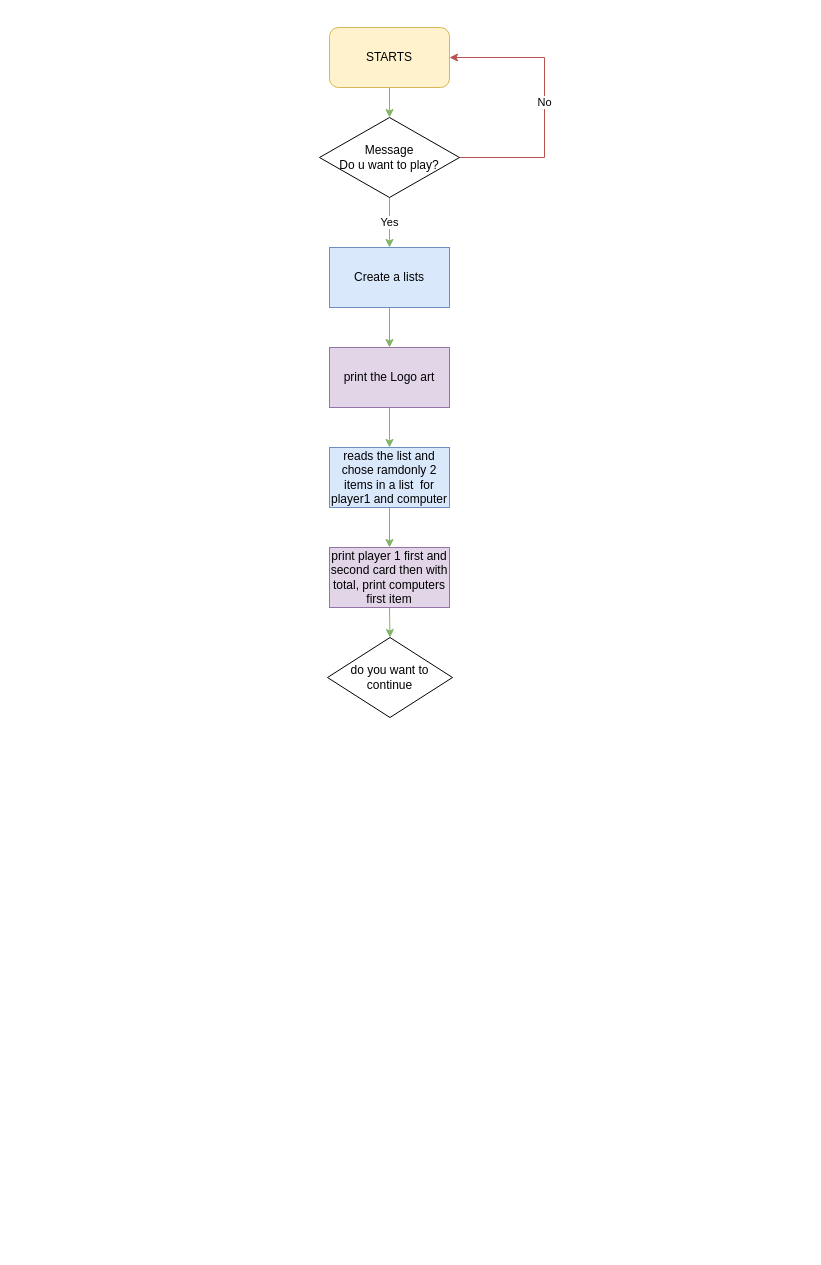
Heitor-Saqueto/BlackJack keeps this draw.io diagram as Untitled Diagram.drawio. Above is the earlier version. Source tidied: cells renumbered, new cells numbered last; positions are measured from the earlier drawing's top-left corner, leaving out a move shared by most shapes. Both pictures are drawn from the tidied source at 100%, with x=0, y=0 at pixel (319, 27).
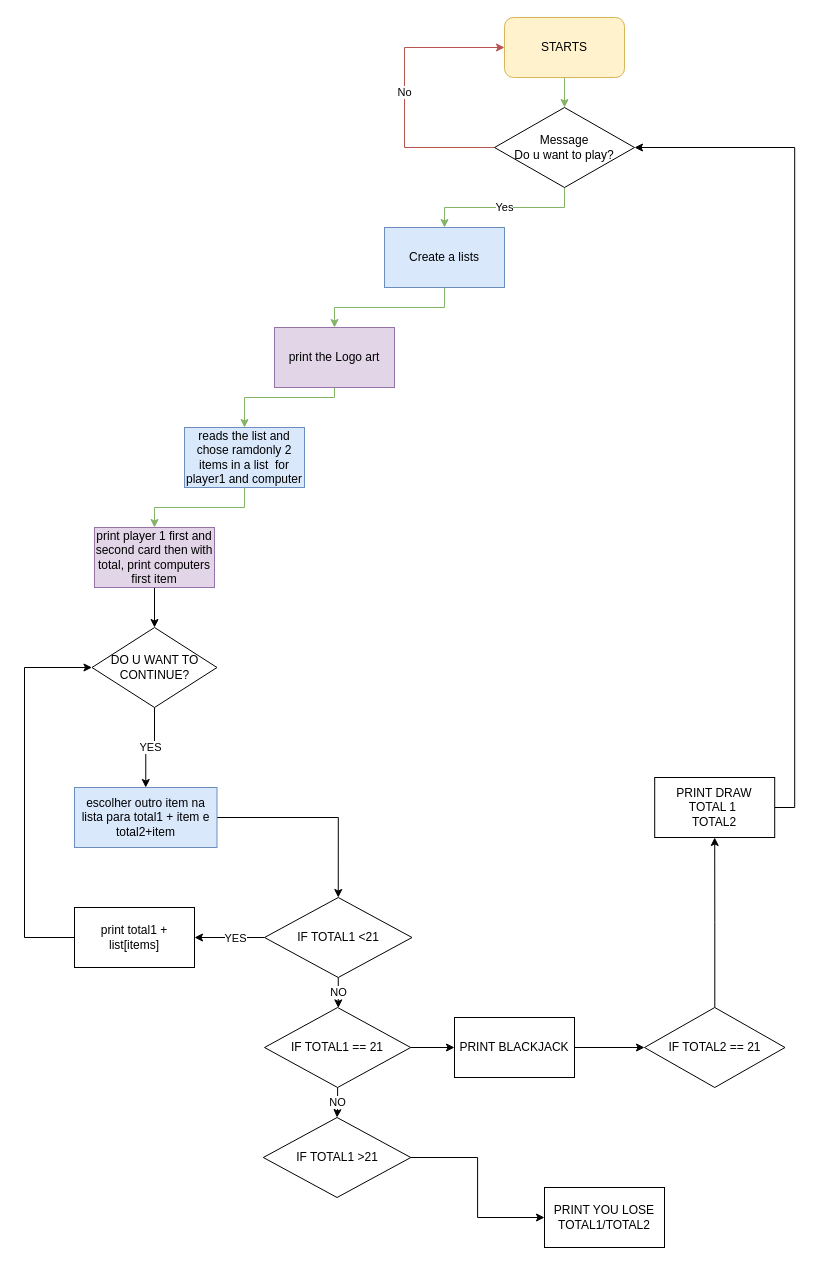
The same page after the edit.

The edit, as a diff of the source:
```diff
@@
     <mxCell id="3" value="STARTS" style="rounded=1;whiteSpace=wrap;html=1;fillColor=#fff2cc;strokeColor=#d6b656;" parent="1" vertex="1">
-      <mxGeometry x="10" width="120" height="60" as="geometry" />
+      <mxGeometry x="185" y="-10" width="120" height="60" as="geometry" />
     </mxCell>
@@
-    <mxCell id="5" value="No" style="edgeStyle=orthogonalEdgeStyle;rounded=0;jettySize=auto;html=1;entryX=1;entryY=0.5;entryDx=0;entryDy=0;fillColor=#f8cecc;strokeColor=#b85450;" parent="1" edge="1" source="6" target="3">
+    <mxCell id="5" value="No" style="edgeStyle=orthogonalEdgeStyle;rounded=0;jettySize=auto;html=1;entryX=0;entryY=0.5;entryDx=0;entryDy=0;fillColor=#f8cecc;strokeColor=#b85450;" parent="1" edge="1" source="6" target="3">
       <mxGeometry relative="1" as="geometry">
         <Array as="points">
-          <mxPoint x="225" y="130" />
-          <mxPoint x="225" y="30" />
+          <mxPoint x="85" y="120" />
+          <mxPoint x="85" y="20" />
         </Array>
       </mxGeometry>
     </mxCell>
     <mxCell id="6" value="Message&lt;br style=&quot;border-color: var(--border-color);&quot;&gt;Do u want to play?" style="rhombus;whiteSpace=wrap;html=1;" parent="1" vertex="1">
-      <mxGeometry y="90" width="140" height="80" as="geometry" />
+      <mxGeometry x="175" y="80" width="140" height="80" as="geometry" />
     </mxCell>
     <mxCell id="7" style="edgeStyle=orthogonalEdgeStyle;rounded=0;jettySize=auto;html=1;fillColor=#d5e8d4;strokeColor=#82b366;" parent="1" edge="1" source="8" target="10">
-      <mxGeometry relative="1" as="geometry" />
+      <mxGeometry relative="1" as="geometry">
+        <Array as="points">
+          <mxPoint x="15" y="370" />
+          <mxPoint x="-75" y="370" />
+        </Array>
+      </mxGeometry>
     </mxCell>
     <mxCell id="8" value="print the Logo art" style="whiteSpace=wrap;html=1;fillColor=#e1d5e7;strokeColor=#9673a6;" parent="1" vertex="1">
-      <mxGeometry x="10" y="320" width="120" height="60" as="geometry" />
+      <mxGeometry x="-45" y="300" width="120" height="60" as="geometry" />
     </mxCell>
@@
     <mxCell id="10" value="reads the list and chose ramdonly 2 items in a list&amp;nbsp; for player1 and computer" style="whiteSpace=wrap;html=1;fillColor=#dae8fc;strokeColor=#6c8ebf;" parent="1" vertex="1">
-      <mxGeometry x="10" y="420" width="120" height="60" as="geometry" />
+      <mxGeometry x="-135" y="400" width="120" height="60" as="geometry" />
     </mxCell>
-    <mxCell id="11" style="edgeStyle=orthogonalEdgeStyle;rounded=0;jettySize=auto;html=1;exitX=0.5;exitY=1;exitDx=0;exitDy=0;entryX=0.5;entryY=0;entryDx=0;entryDy=0;fillColor=#d5e8d4;strokeColor=#82b366;" parent="1" edge="1" source="12" target="15">
-      <mxGeometry relative="1" as="geometry" />
-    </mxCell>
+    <mxCell id="16" style="edgeStyle=orthogonalEdgeStyle;rounded=0;jettySize=auto;html=1;entryX=0.5;entryY=0;entryDx=0;entryDy=0;" parent="1" edge="1" source="12" target="26">
+      <mxGeometry x="-0.25" relative="1" as="geometry" />
+    </mxCell>
     <mxCell id="12" value="print player 1 first and second card then with total, print computers first item" style="whiteSpace=wrap;html=1;fillColor=#e1d5e7;strokeColor=#9673a6;" parent="1" vertex="1">
-      <mxGeometry x="10" y="520" width="120" height="60" as="geometry" />
+      <mxGeometry x="-225" y="500" width="120" height="60" as="geometry" />
     </mxCell>
     <mxCell id="13" style="edgeStyle=orthogonalEdgeStyle;rounded=0;jettySize=auto;html=1;exitX=0.5;exitY=1;exitDx=0;exitDy=0;entryX=0.5;entryY=0;entryDx=0;entryDy=0;fillColor=#d5e8d4;strokeColor=#82b366;" parent="1" edge="1" source="14" target="8">
-      <mxGeometry relative="1" as="geometry" />
+      <mxGeometry relative="1" as="geometry">
+        <Array as="points">
+          <mxPoint x="125" y="280" />
+          <mxPoint x="15" y="280" />
+        </Array>
+      </mxGeometry>
     </mxCell>
     <mxCell id="14" value="Create a lists" style="whiteSpace=wrap;html=1;fillColor=#dae8fc;strokeColor=#6c8ebf;" parent="1" vertex="1">
-      <mxGeometry x="10" y="220" width="120" height="60" as="geometry" />
+      <mxGeometry x="65" y="200" width="120" height="60" as="geometry" />
     </mxCell>
+    <mxCell id="17" style="edgeStyle=orthogonalEdgeStyle;rounded=0;jettySize=auto;html=1;" parent="1" edge="1" source="15" target="20">
+      <mxGeometry relative="1" as="geometry" />
+    </mxCell>
+    <mxCell id="18" value="NO" style="edgeStyle=orthogonalEdgeStyle;rounded=0;jettySize=auto;html=1;exitX=0.5;exitY=1;exitDx=0;exitDy=0;" parent="1" edge="1" source="15" target="34">
+      <mxGeometry relative="1" as="geometry" />
+    </mxCell>
-    <mxCell id="15" value="do you want to continue" style="rhombus;whiteSpace=wrap;html=1;" parent="1" vertex="1">
-      <mxGeometry x="8" y="610" width="125" height="80" as="geometry" />
+    <mxCell id="15" value="IF TOTAL1 == 21" style="rhombus;whiteSpace=wrap;html=1;" parent="1" vertex="1">
+      <mxGeometry x="-55" y="980" width="146.2" height="80" as="geometry" />
     </mxCell>
+    <mxCell id="19" style="edgeStyle=orthogonalEdgeStyle;rounded=0;jettySize=auto;html=1;" parent="1" edge="1" source="20" target="22">
+      <mxGeometry relative="1" as="geometry" />
+    </mxCell>
+    <mxCell id="20" value="PRINT BLACKJACK" style="whiteSpace=wrap;html=1;" parent="1" vertex="1">
+      <mxGeometry x="135" y="990" width="120" height="60" as="geometry" />
+    </mxCell>
+    <mxCell id="21" style="edgeStyle=orthogonalEdgeStyle;rounded=0;jettySize=auto;html=1;" parent="1" edge="1" source="22" target="24">
+      <mxGeometry relative="1" as="geometry" />
+    </mxCell>
+    <mxCell id="22" value="IF TOTAL2 == 21" style="rhombus;whiteSpace=wrap;html=1;" parent="1" vertex="1">
+      <mxGeometry x="325" y="980" width="140.5" height="80" as="geometry" />
+    </mxCell>
+    <mxCell id="23" style="edgeStyle=orthogonalEdgeStyle;rounded=0;jettySize=auto;html=1;entryX=1;entryY=0.5;entryDx=0;entryDy=0;exitX=1;exitY=0.5;exitDx=0;exitDy=0;" parent="1" edge="1" source="24" target="6">
+      <mxGeometry relative="1" as="geometry" />
+    </mxCell>
+    <mxCell id="24" value="PRINT DRAW&lt;br&gt;TOTAL 1&amp;nbsp;&lt;br&gt;TOTAL2" style="whiteSpace=wrap;html=1;" parent="1" vertex="1">
+      <mxGeometry x="335.2" y="750" width="120" height="60" as="geometry" />
+    </mxCell>
+    <mxCell id="25" value="YES" style="edgeStyle=orthogonalEdgeStyle;rounded=0;jettySize=auto;html=1;exitX=0.5;exitY=1;exitDx=0;exitDy=0;entryX=0.5;entryY=0;entryDx=0;entryDy=0;" parent="1" edge="1" source="26" target="28">
+      <mxGeometry relative="1" as="geometry" />
+    </mxCell>
+    <mxCell id="26" value="DO U WANT TO CONTINUE?" style="rhombus;whiteSpace=wrap;html=1;" parent="1" vertex="1">
+      <mxGeometry x="-227.5" y="600" width="125" height="80" as="geometry" />
+    </mxCell>
+    <mxCell id="27" style="edgeStyle=orthogonalEdgeStyle;rounded=0;jettySize=auto;html=1;entryX=0.5;entryY=0;entryDx=0;entryDy=0;" parent="1" edge="1" source="28" target="32">
+      <mxGeometry relative="1" as="geometry">
+        <Array as="points">
+          <mxPoint x="19" y="790" />
+        </Array>
+      </mxGeometry>
+    </mxCell>
+    <mxCell id="28" value="escolher outro item na lista para total1 + item e total2+item" style="whiteSpace=wrap;html=1;fillColor=#dae8fc;strokeColor=#6c8ebf;" parent="1" vertex="1">
+      <mxGeometry x="-245" y="760" width="142.5" height="60" as="geometry" />
+    </mxCell>
+    <mxCell id="29" style="edgeStyle=orthogonalEdgeStyle;rounded=0;jettySize=auto;html=1;entryX=1;entryY=0.5;entryDx=0;entryDy=0;" parent="1" edge="1" source="32" target="37">
+      <mxGeometry relative="1" as="geometry" />
+    </mxCell>
+    <mxCell id="30" value="YES" style="edgeLabel;html=1;align=center;verticalAlign=middle;" parent="29" vertex="1">
+      <mxGeometry x="-0.74" y="1" relative="1" as="geometry">
+        <mxPoint x="-21" y="-1" as="offset" />
+      </mxGeometry>
+    </mxCell>
+    <mxCell id="31" value="NO" style="edgeStyle=orthogonalEdgeStyle;rounded=0;jettySize=auto;html=1;exitX=0.5;exitY=1;exitDx=0;exitDy=0;" parent="1" edge="1" source="32" target="15">
+      <mxGeometry relative="1" as="geometry">
+        <Array as="points">
+          <mxPoint x="19" y="970" />
+          <mxPoint x="19" y="970" />
+        </Array>
+      </mxGeometry>
+    </mxCell>
+    <mxCell id="32" value="IF TOTAL1 &amp;lt;21" style="rhombus;whiteSpace=wrap;html=1;" parent="1" vertex="1">
+      <mxGeometry x="-55" y="870" width="147.5" height="80" as="geometry" />
+    </mxCell>
+    <mxCell id="33" style="edgeStyle=orthogonalEdgeStyle;rounded=0;jettySize=auto;html=1;" parent="1" edge="1" source="34" target="35">
+      <mxGeometry relative="1" as="geometry" />
+    </mxCell>
+    <mxCell id="34" value="IF TOTAL1 &amp;gt;21" style="rhombus;whiteSpace=wrap;html=1;" parent="1" vertex="1">
+      <mxGeometry x="-56.2" y="1090" width="147.5" height="80" as="geometry" />
+    </mxCell>
+    <mxCell id="35" value="PRINT YOU LOSE&lt;br&gt;TOTAL1/TOTAL2" style="whiteSpace=wrap;html=1;" parent="1" vertex="1">
+      <mxGeometry x="225" y="1160" width="120" height="60" as="geometry" />
+    </mxCell>
+    <mxCell id="36" style="edgeStyle=orthogonalEdgeStyle;rounded=0;jettySize=auto;html=1;entryX=0;entryY=0.5;entryDx=0;entryDy=0;" parent="1" edge="1" source="37" target="26">
+      <mxGeometry relative="1" as="geometry">
+        <Array as="points">
+          <mxPoint x="-295" y="910" />
+          <mxPoint x="-295" y="640" />
+        </Array>
+      </mxGeometry>
+    </mxCell>
+    <mxCell id="37" value="print total1 + list[items]" style="whiteSpace=wrap;html=1;" parent="1" vertex="1">
+      <mxGeometry x="-245" y="880" width="120" height="60" as="geometry" />
+    </mxCell>
```
